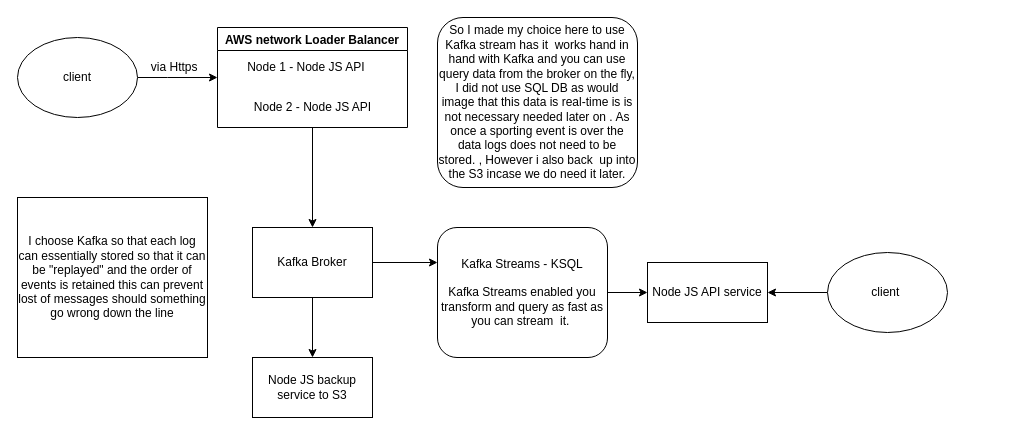
This is Untitled Diagram.drawio from sil3nt884/BetCountDown, a draw.io file, before an edit. Source tidied: cells renumbered, new cells numbered last; positions are measured from the earlier drawing's top-left corner, leaving out a move shared by most shapes. Both pictures are drawn from the tidied source at 100%, with x=0, y=0 at pixel (17, 17).
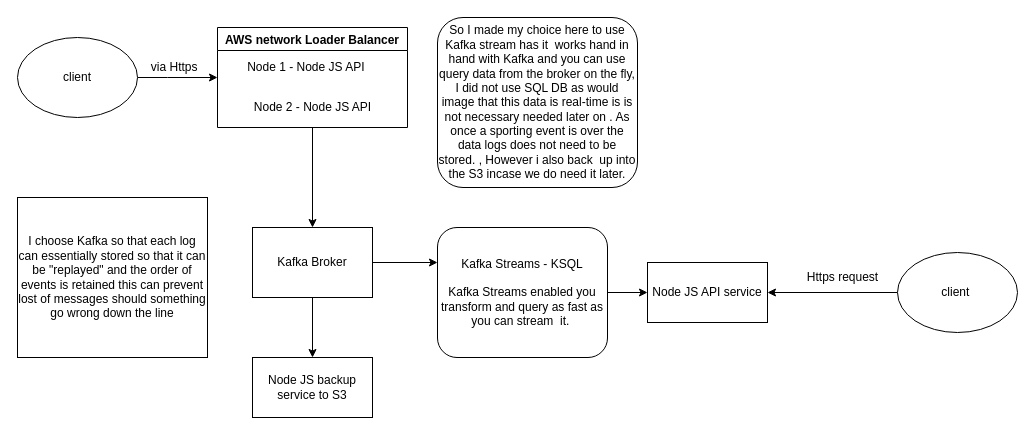
Above is the later version.

Diff of the diagram source:
```diff
@@
     <mxCell id="18" value="client&amp;nbsp;" style="ellipse;whiteSpace=wrap;html=1;" parent="1" vertex="1">
-      <mxGeometry x="810" y="235" width="120" height="80" as="geometry" />
+      <mxGeometry x="880" y="235" width="120" height="80" as="geometry" />
     </mxCell>
@@
+    <mxCell id="20" value="Https request" style="text;html=1;align=center;verticalAlign=middle;" parent="1" vertex="1">
+      <mxGeometry x="780" y="250" width="90" height="20" as="geometry" />
+    </mxCell>
```
